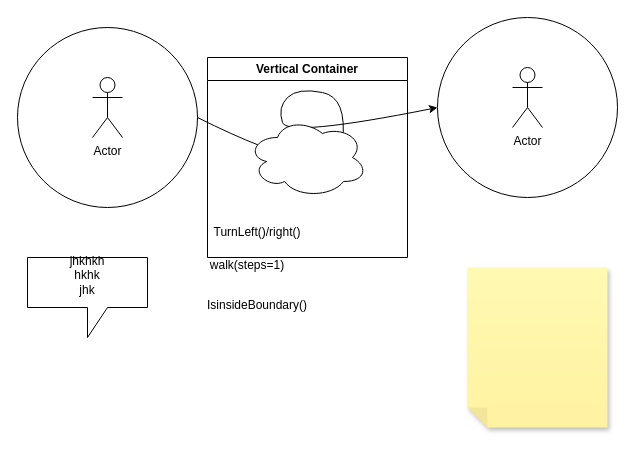
Earlier version of the draw.io diagram interview.drawio (sahajre/arch-diagrams). Source tidied: cells renumbered, new cells numbered last; positions are measured from the earlier drawing's top-left corner, leaving out a move shared by most shapes. Both pictures are drawn from the tidied source at 100%, with x=0, y=0 at pixel (17, 17).
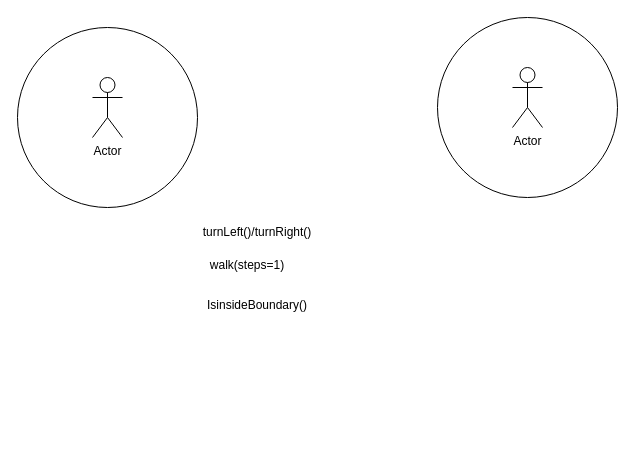
Above is the later version.

Change to the diagram source:
```diff
@@
 <mxGraphModel>
   <root>
     <mxCell id="0" />
     <mxCell id="1" parent="0" />
     <mxCell id="2" style="ellipse;whiteSpace=wrap;html=1;" parent="1" vertex="1">
       <mxGeometry y="10" width="180" height="180" as="geometry" />
     </mxCell>
     <mxCell id="3" style="ellipse;whiteSpace=wrap;html=1;" parent="1" vertex="1">
       <mxGeometry x="420" width="180" height="180" as="geometry" />
     </mxCell>
     <mxCell id="4" value="Actor" style="shape=umlActor;verticalLabelPosition=bottom;verticalAlign=top;html=1;" parent="1" vertex="1">
       <mxGeometry x="75" y="60" width="30" height="60" as="geometry" />
     </mxCell>
     <mxCell id="5" value="Actor" style="shape=umlActor;verticalLabelPosition=bottom;verticalAlign=top;html=1;" parent="1" vertex="1">
       <mxGeometry x="495" y="50" width="30" height="60" as="geometry" />
     </mxCell>
-    <mxCell id="6" value="TurnLeft()/right()" style="text;html=1;align=center;verticalAlign=middle;whiteSpace=wrap;rounded=0;" parent="1" vertex="1">
+    <mxCell id="6" value="turnLeft()/turnRight()" style="text;html=1;align=center;verticalAlign=middle;whiteSpace=wrap;rounded=0;" parent="1" vertex="1">
       <mxGeometry x="210" y="200" width="60" height="30" as="geometry" />
     </mxCell>
     <mxCell id="7" value="walk(steps=1)&lt;div&gt;&lt;br/&gt;&lt;/div&gt;" style="text;html=1;align=center;verticalAlign=middle;whiteSpace=wrap;rounded=0;" parent="1" vertex="1">
       <mxGeometry x="200" y="240" width="60" height="30" as="geometry" />
     </mxCell>
     <mxCell id="8" value="IsinsideBoundary()&lt;div&gt;&lt;br&gt;&lt;/div&gt;" style="text;html=1;align=center;verticalAlign=middle;whiteSpace=wrap;rounded=0;" parent="1" vertex="1">
       <mxGeometry x="210" y="280" width="60" height="30" as="geometry" />
     </mxCell>
-    <mxCell id="9" style="shape=note;whiteSpace=wrap;html=1;backgroundOutline=1;fontColor=#000000;darkOpacity=0.05;fillColor=#FFF9B2;strokeColor=none;fillStyle=solid;direction=west;gradientDirection=north;gradientColor=#FFF2A1;shadow=1;size=20;" parent="1" vertex="1">
-      <mxGeometry x="450" y="250" width="140" height="160" as="geometry" />
-    </mxCell>
-    <mxCell id="10" style="curved=1;endArrow=classic;html=1;rounded=0;exitX=1;exitY=0.5;exitDx=0;exitDy=0;entryX=0;entryY=0.5;entryDx=0;entryDy=0;" parent="1" edge="1" source="2" target="3">
-      <mxGeometry relative="1" as="geometry">
-        <Array as="points">
-          <mxPoint x="320" y="170" />
-          <mxPoint x="330" y="80" />
-          <mxPoint x="280" y="70" />
-          <mxPoint x="260" y="90" />
-          <mxPoint x="270" y="120" />
-        </Array>
-      </mxGeometry>
-    </mxCell>
-    <mxCell id="11" value="Vertical Container" style="swimlane;whiteSpace=wrap;html=1;" parent="1" vertex="1">
-      <mxGeometry x="190" y="40" width="200" height="200" as="geometry" />
-    </mxCell>
-    <mxCell id="12" value="jhkhkh&lt;br&gt;hkhk&lt;br&gt;jhk&lt;div&gt;&lt;br/&gt;&lt;/div&gt;" style="shape=callout;whiteSpace=wrap;html=1;perimeter=calloutPerimeter;" parent="1" vertex="1">
-      <mxGeometry x="10" y="240" width="120" height="80" as="geometry" />
-    </mxCell>
-    <mxCell id="13" style="ellipse;shape=cloud;whiteSpace=wrap;html=1;" parent="1" vertex="1">
-      <mxGeometry x="230" y="100" width="120" height="80" as="geometry" />
-    </mxCell>
   </root>
 </mxGraphModel>
```
